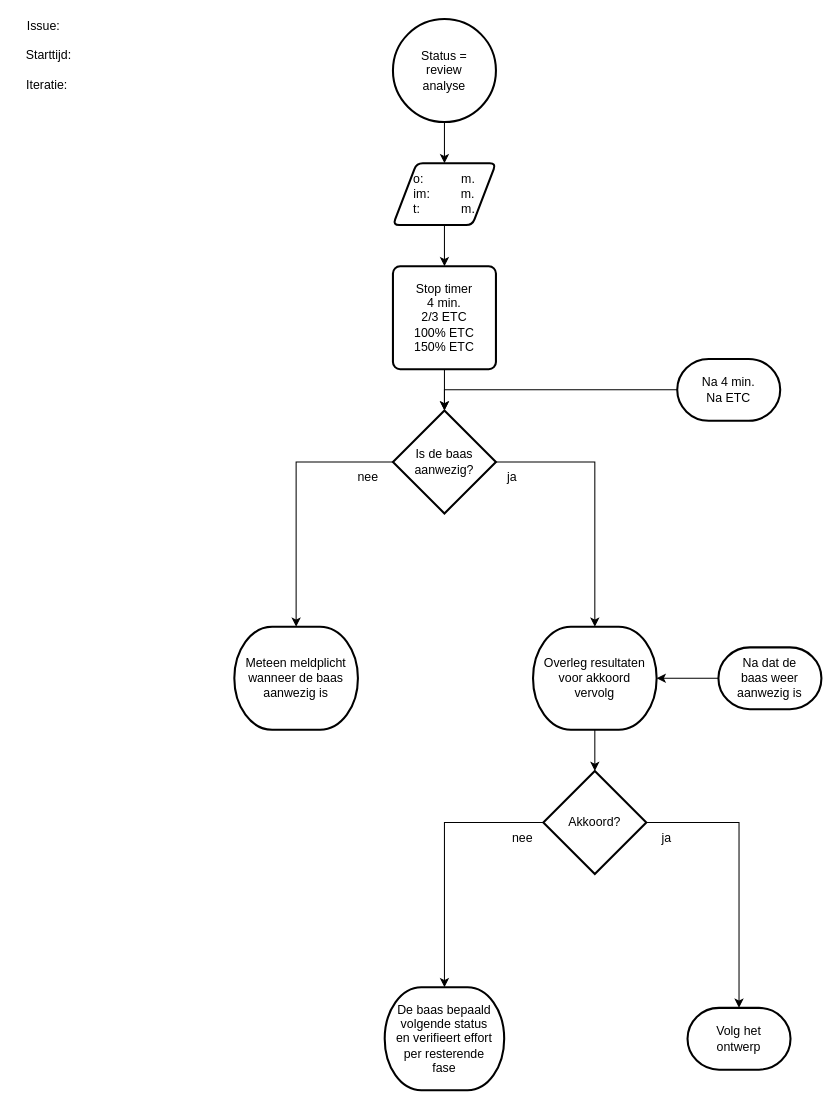
Zaibatsu89/IssueTracker keeps this draw.io diagram as 4 Issue Tracker review analyse.drawio. Above is the earlier version. Source tidied: cells renumbered, new cells numbered last; positions are measured from the earlier drawing's top-left corner, leaving out a move shared by most shapes. Both pictures are drawn from the tidied source at 103%, with x=0, y=0 at pixel (18, 19).
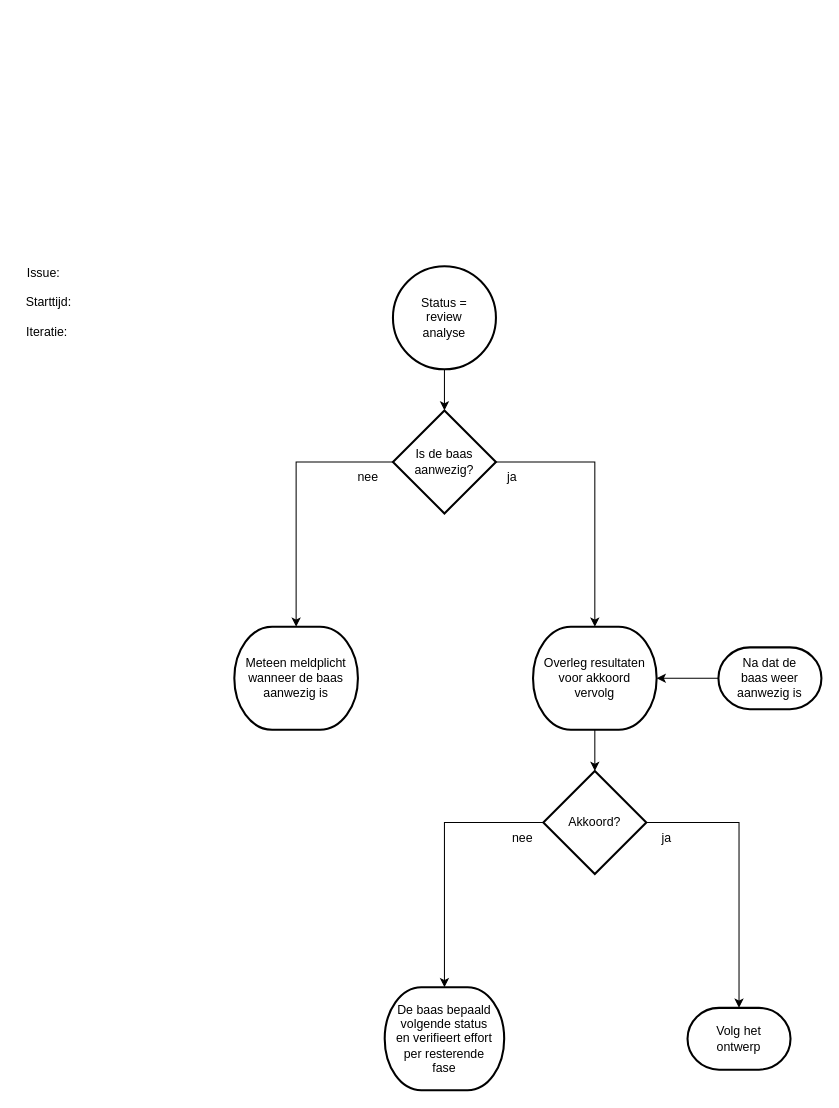
The same page after the edit.

Commit message (it also covers changes not shown here):
herstel stop timer bij 4 minuten evaluatie en 2/3, 100%, 150% ETC in intake, analyse, ontwerp, implementatie en test

Unchanged cells that the change refers to:
```xml
<mxCell id="6" value="Is de baas&lt;br&gt;aanwezig?" style="strokeWidth=2;html=1;shape=mxgraph.flowchart.decision;whiteSpace=wrap;" parent="1" vertex="1">
  <mxGeometry x="364" y="380" width="100" height="100" as="geometry" />
</mxCell>
```

Change to the diagram source:
```diff
@@
-    <mxCell id="2" style="edgeStyle=orthogonalEdgeStyle;rounded=0;jettySize=auto;html=1;" parent="1" edge="1" source="3" target="26">
+    <mxCell id="2" style="edgeStyle=orthogonalEdgeStyle;rounded=0;jettySize=auto;html=1;entryX=0.5;entryY=0;entryDx=0;entryDy=0;entryPerimeter=0;" parent="1" edge="1" source="3" target="6">
       <mxGeometry relative="1" as="geometry" />
     </mxCell>
     <mxCell id="3" value="Status =&lt;br&gt;review&lt;br&gt;analyse" style="strokeWidth=2;html=1;shape=mxgraph.flowchart.start_2;whiteSpace=wrap;" parent="1" vertex="1">
-      <mxGeometry x="364" width="100" height="100" as="geometry" />
+      <mxGeometry x="364" y="240" width="100" height="100" as="geometry" />
     </mxCell>
-    <mxCell id="4" style="edgeStyle=orthogonalEdgeStyle;rounded=0;jettySize=auto;html=1;" parent="1" edge="1" source="5" target="6">
-      <mxGeometry relative="1" as="geometry" />
-    </mxCell>
-    <mxCell id="5" value="Stop timer&lt;br&gt;4 min.&lt;div&gt;2/3 ETC&lt;br&gt;100% ETC&lt;br&gt;150% ETC&lt;/div&gt;" style="rounded=1;whiteSpace=wrap;html=1;absoluteArcSize=1;arcSize=14;strokeWidth=2;" parent="1" vertex="1">
-      <mxGeometry x="364" y="240" width="100" height="100" as="geometry" />
-    </mxCell>
@@
-    <mxCell id="10" value="Na 4 min.&lt;br&gt;Na ETC" style="strokeWidth=2;html=1;shape=mxgraph.flowchart.terminator;whiteSpace=wrap;" parent="1" vertex="1">
-      <mxGeometry x="640" y="330" width="100" height="60" as="geometry" />
-    </mxCell>
-    <mxCell id="11" style="edgeStyle=orthogonalEdgeStyle;rounded=0;jettySize=auto;html=1;exitX=0;exitY=0.5;exitDx=0;exitDy=0;exitPerimeter=0;entryX=0.5;entryY=0;entryDx=0;entryDy=0;entryPerimeter=0;" parent="1" edge="1" source="10" target="6">
-      <mxGeometry relative="1" as="geometry" />
-    </mxCell>
@@
-    <mxCell id="25" style="edgeStyle=orthogonalEdgeStyle;rounded=0;jettySize=auto;html=1;" parent="1" edge="1" source="26" target="5">
-      <mxGeometry relative="1" as="geometry" />
-    </mxCell>
-    <mxCell id="26" value="o:&amp;nbsp; &amp;nbsp; &amp;nbsp; &amp;nbsp; &amp;nbsp; &amp;nbsp;m.&lt;br&gt;im:&amp;nbsp; &amp;nbsp; &amp;nbsp; &amp;nbsp; &amp;nbsp;m.&lt;br&gt;t:&amp;nbsp; &amp;nbsp; &amp;nbsp; &amp;nbsp; &amp;nbsp; &amp;nbsp; m." style="shape=parallelogram;html=1;strokeWidth=2;perimeter=parallelogramPerimeter;whiteSpace=wrap;rounded=1;arcSize=12;size=0.23;" parent="1" vertex="1">
-      <mxGeometry x="364" y="140" width="100" height="60" as="geometry" />
-    </mxCell>
     <mxCell id="27" value="Issue:&amp;nbsp; &amp;nbsp;&lt;br&gt;&lt;br&gt;Starttijd:&lt;br&gt;&lt;br&gt;Iteratie:&amp;nbsp;" style="text;html=1;align=center;verticalAlign=middle;whiteSpace=wrap;rounded=0;" parent="1" vertex="1">
-      <mxGeometry y="20" width="60" height="30" as="geometry" />
+      <mxGeometry y="260" width="60" height="30" as="geometry" />
     </mxCell>
```
